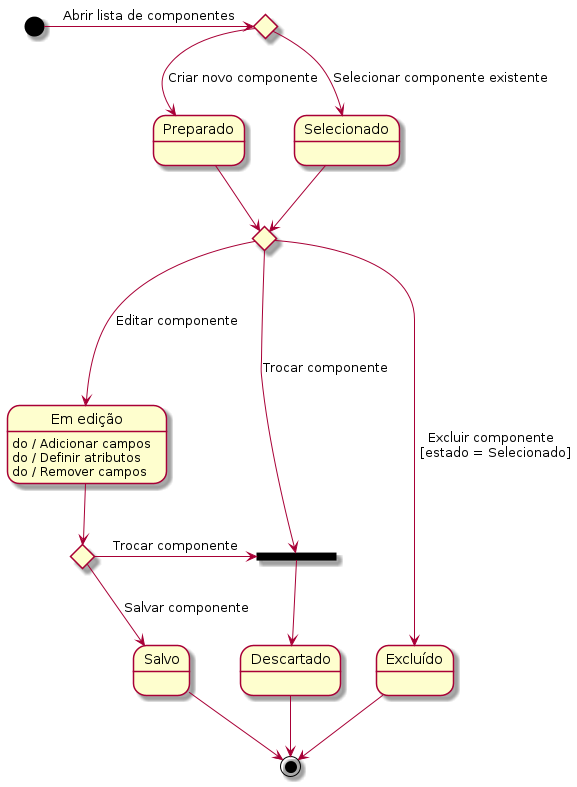
This is Artefatos/Diagramas/Estado/component-state.png from ICEI-PUC-Minas-PPLES-TI/plf-es-2022-1-tcci-5308100-dev-marlon-silva, a PlantUML export, as it was before one commit. Its diagram source:
```plantuml
@startuml component-state

state "Preparado" as prepared
state "Selecionado" as selected
state "Em edição" as editing
state "Excluído" as deleted
state "Salvo" as saved
state "Descartado" as forwent

state init <<choice>>
state switch <<choice>>
state finally <<choice>>

state fork <<fork>>

[*] -> init : Abrir lista de componentes

init --> prepared : Criar novo componente

init --> selected : Selecionar componente existente

prepared --> switch
selected --> switch

switch ---> editing : Editar componente

switch --> fork : Trocar componente
fork --> forwent
switch -----> deleted : Excluir componente \n [estado = Selecionado]

forwent --> [*]

editing --> finally
finally -> fork : Trocar componente
finally --> saved : Salvar componente

saved --> [*]
deleted --> [*]

editing : do / Adicionar campos
editing : do / Definir atributos
editing : do / Remover campos

@enduml
```
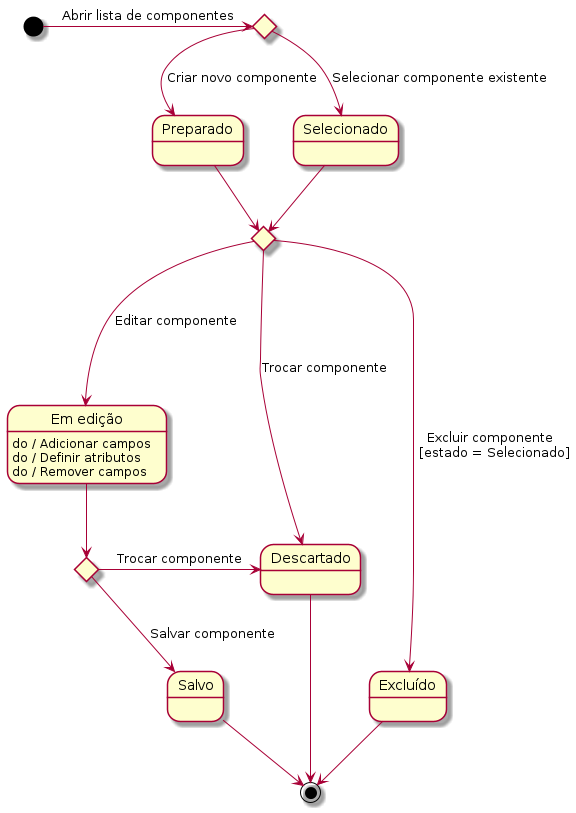
After the commit.

Change to the diagram source:
```diff
@@ -11,8 +11,6 @@
 state switch <<choice>>
 state finally <<choice>>
 
-state fork <<fork>>
-
 [*] -> init : Abrir lista de componentes
 
 init --> prepared : Criar novo componente
@@ -24,14 +22,13 @@
 
 switch ---> editing : Editar componente
 
-switch --> fork : Trocar componente
-fork --> forwent
+switch --> forwent : Trocar componente
 switch -----> deleted : Excluir componente \n [estado = Selecionado]
 
 forwent --> [*]
 
 editing --> finally
-finally -> fork : Trocar componente
+finally -> forwent : Trocar componente
 finally --> saved : Salvar componente
 
 saved --> [*]
```
